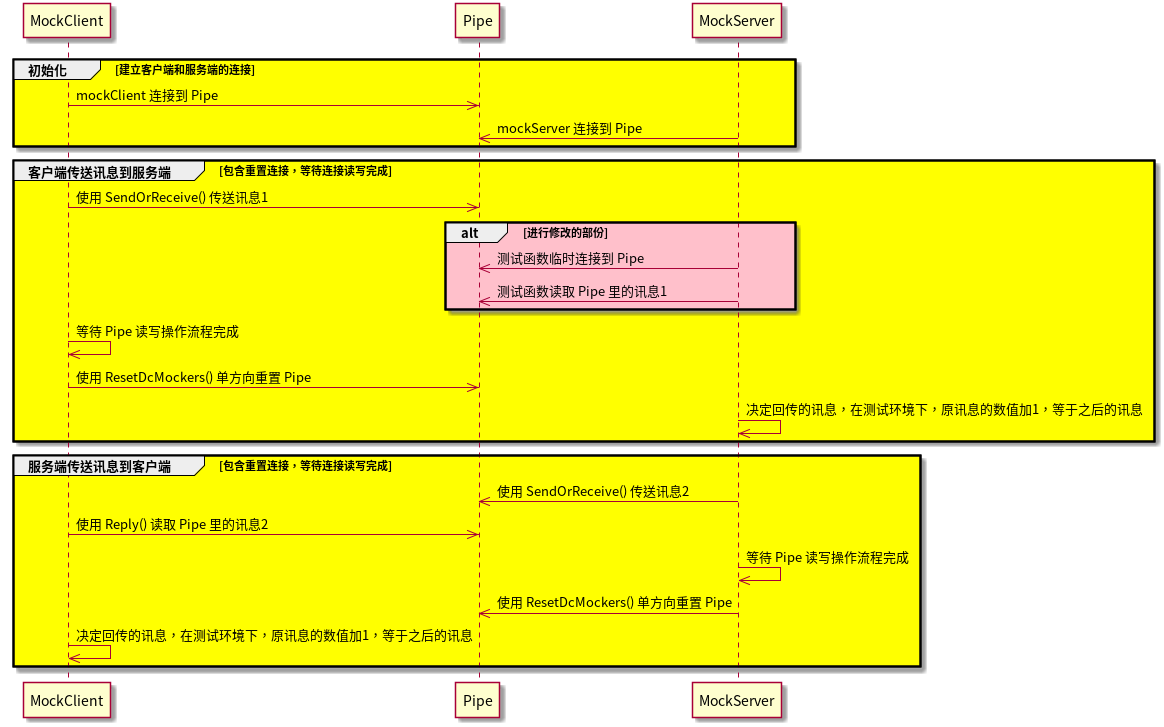
Above: util/mocks/pipeTest/assets/pipeTest 测试函数临时读取时序图.png in panhongrainbow/Gaea (PlantUML), before the change.
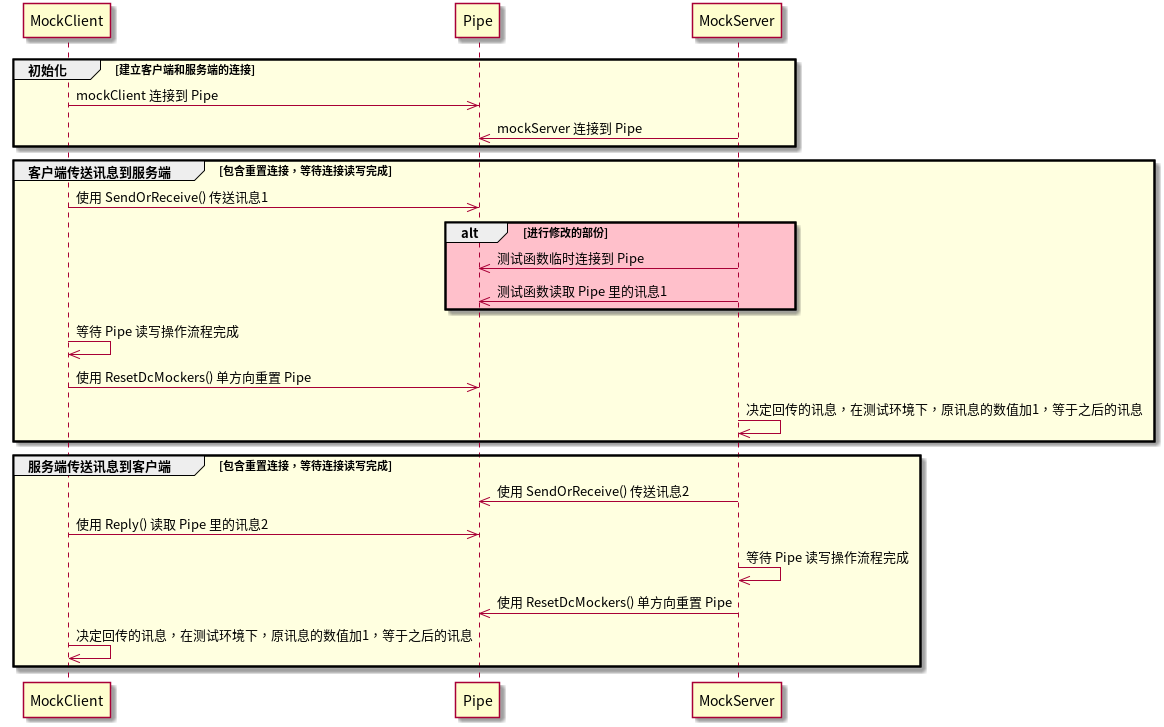
After the commit.

Commit message:
test: add component diagram

Diff of the diagram source:
```diff
@@ -3,12 +3,12 @@
 participant Pipe
 participant MockServer
 
-group #yellow 初始化 [建立客户端和服务端的连接]
+group #LightYellow 初始化 [建立客户端和服务端的连接]
     MockClient->>Pipe: mockClient 连接到 Pipe
     MockServer->>Pipe: mockServer 连接到 Pipe
 end
 
-group #yellow 客户端传送讯息到服务端 [包含重置连接，等待连接读写完成]
+group #LightYellow 客户端传送讯息到服务端 [包含重置连接，等待连接读写完成]
     MockClient->>Pipe: 使用 SendOrReceive() 传送讯息1
 
     alt #Pink 进行修改的部份
@@ -21,7 +21,7 @@
     MockServer->>MockServer: 决定回传的讯息，在测试环境下，原讯息的数值加1，等于之后的讯息
 end
 
-group #yellow 服务端传送讯息到客户端 [包含重置连接，等待连接读写完成]
+group #LightYellow 服务端传送讯息到客户端 [包含重置连接，等待连接读写完成]
     MockServer->>Pipe: 使用 SendOrReceive() 传送讯息2
     MockClient->>Pipe: 使用 Reply() 读取 Pipe 里的讯息2
     MockServer->>MockServer: 等待 Pipe 读写操作流程完成
```
